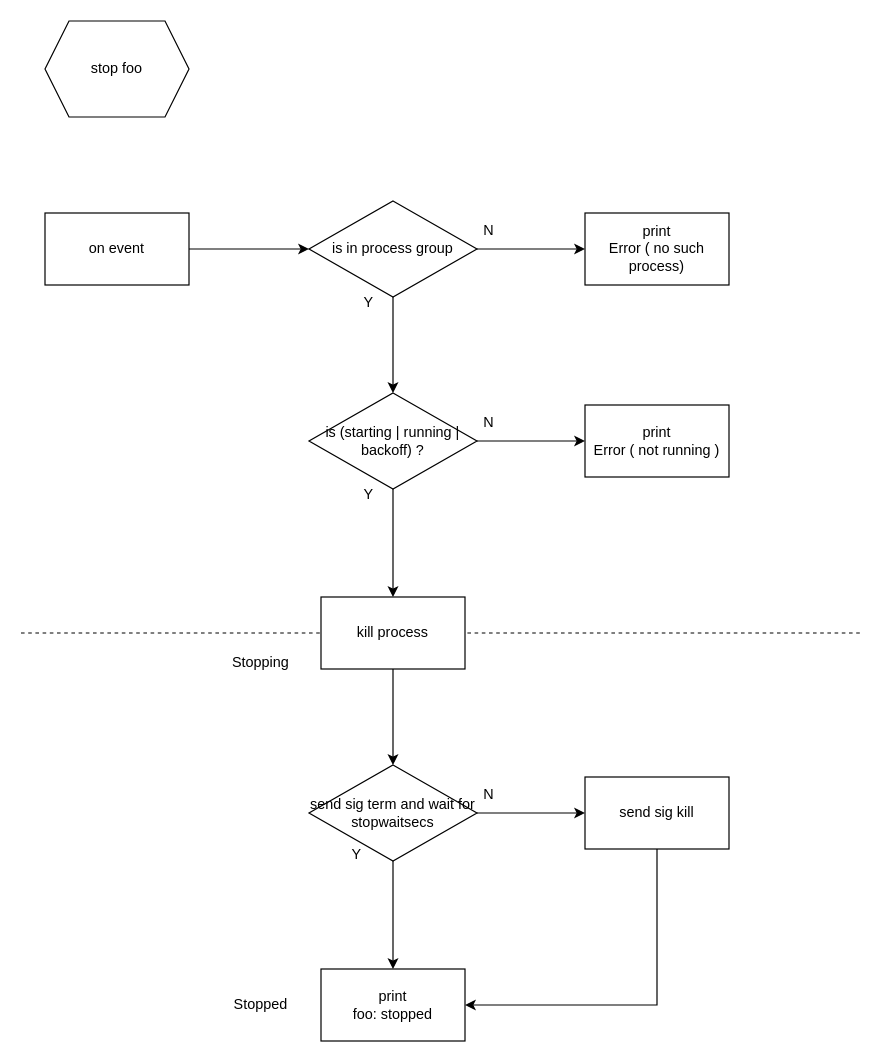
The draw.io diagram page "stop" (1 of 5) of Untitled Diagram.drawio in exciting-supervisord/supervisor, before the edit. Source tidied: cells renumbered, new cells numbered last; positions are measured from the earlier drawing's top-left corner, leaving out a move shared by most shapes. Both pictures are drawn from the tidied source at 120%, with x=0, y=0 at pixel (20, 20).
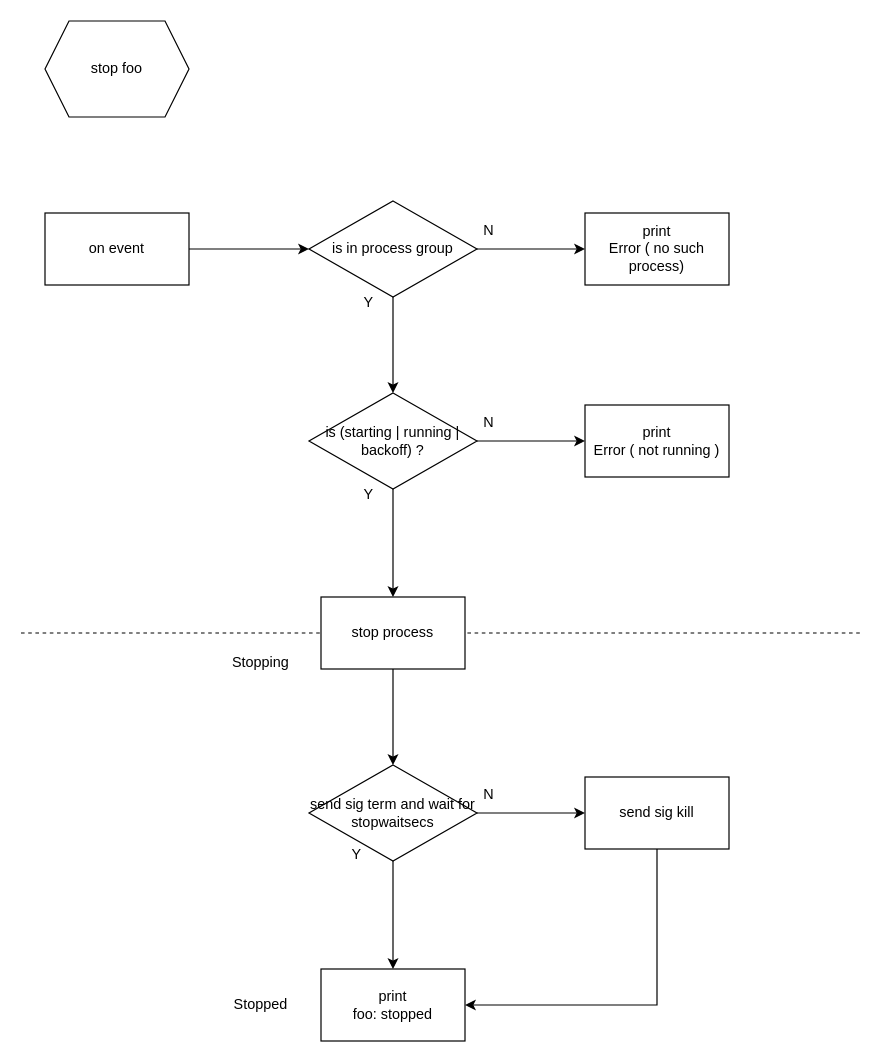
The same diagram, later.

The edit, as a diff of the source:
```diff
@@
-    <mxCell id="15" value="kill process" style="whiteSpace=wrap;html=1;rounded=0;" parent="1" vertex="1">
+    <mxCell id="15" value="stop process" style="whiteSpace=wrap;html=1;rounded=0;" parent="1" vertex="1">
       <mxGeometry x="250" y="480" width="120" height="60" as="geometry" />
     </mxCell>
```
